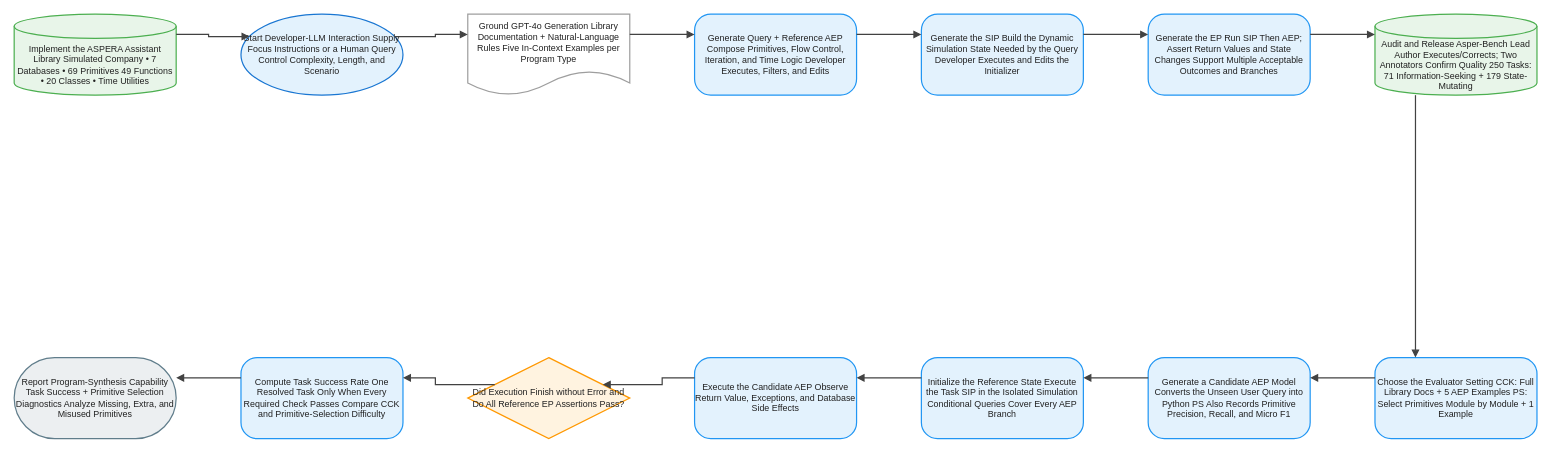
Earlier version of the draw.io diagram client/public/drawio/ASPERA/ASPERA.en.drawio (joe1chief/benchmark-hub). Source tidied: cells renumbered, new cells numbered last; positions are measured from the earlier drawing's top-left corner, leaving out a move shared by most shapes. Both pictures are drawn from the tidied source at 81%, with x=0, y=0 at pixel (14, 14).
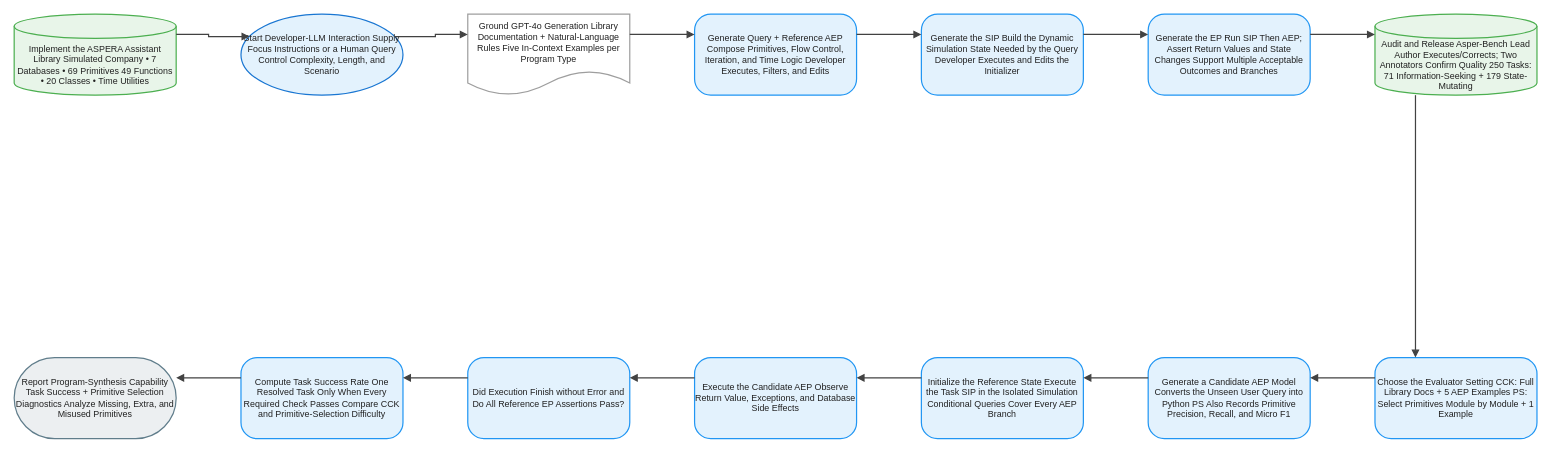
The same page after the edit.

Change to the diagram source:
```diff
@@
-    <mxCell id="13" value="Did Execution Finish without Error and Do All Reference EP Assertions Pass?" style="rhombus;html=1;whiteSpace=wrap;fillColor=#FFF3E0;strokeColor=#FF9800;strokeWidth=1.5;fontColor=#212121;fontSize=11;fontFamily=Arial, Helvetica, sans-serif;verticalAlign=middle;align=center;" parent="1" vertex="1">
+    <mxCell id="13" value="Did Execution Finish without Error and Do All Reference EP Assertions Pass?" style="rounded=1;arcSize=20;html=1;whiteSpace=wrap;fillColor=#E3F2FD;strokeColor=#2196F3;strokeWidth=1.5;fontColor=#212121;fontSize=11;fontFamily=Arial, Helvetica, sans-serif;verticalAlign=middle;align=center;" parent="1" vertex="1">
       <mxGeometry x="560" y="424" width="200" height="100" as="geometry" />
     </mxCell>
```
